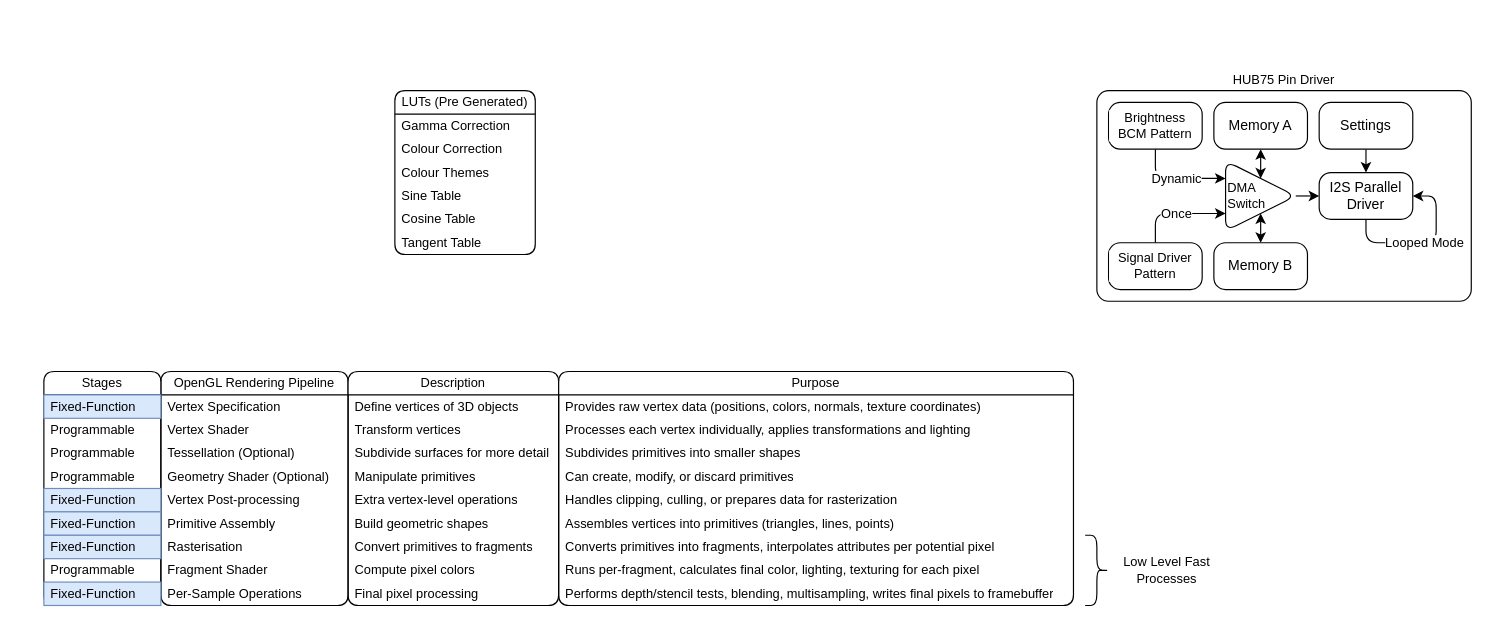
Earlier version of the draw.io diagram page "Standard Pipeline" (1 of 5) of Documentation/Graphics Pipeline.drawio (XCR1793/ARCOS). Source tidied: cells renumbered, new cells numbered last; positions are measured from the earlier drawing's top-left corner, leaving out a move shared by most shapes. Both pictures are drawn from the tidied source at 117%, with x=0, y=0 at pixel (43, 90).
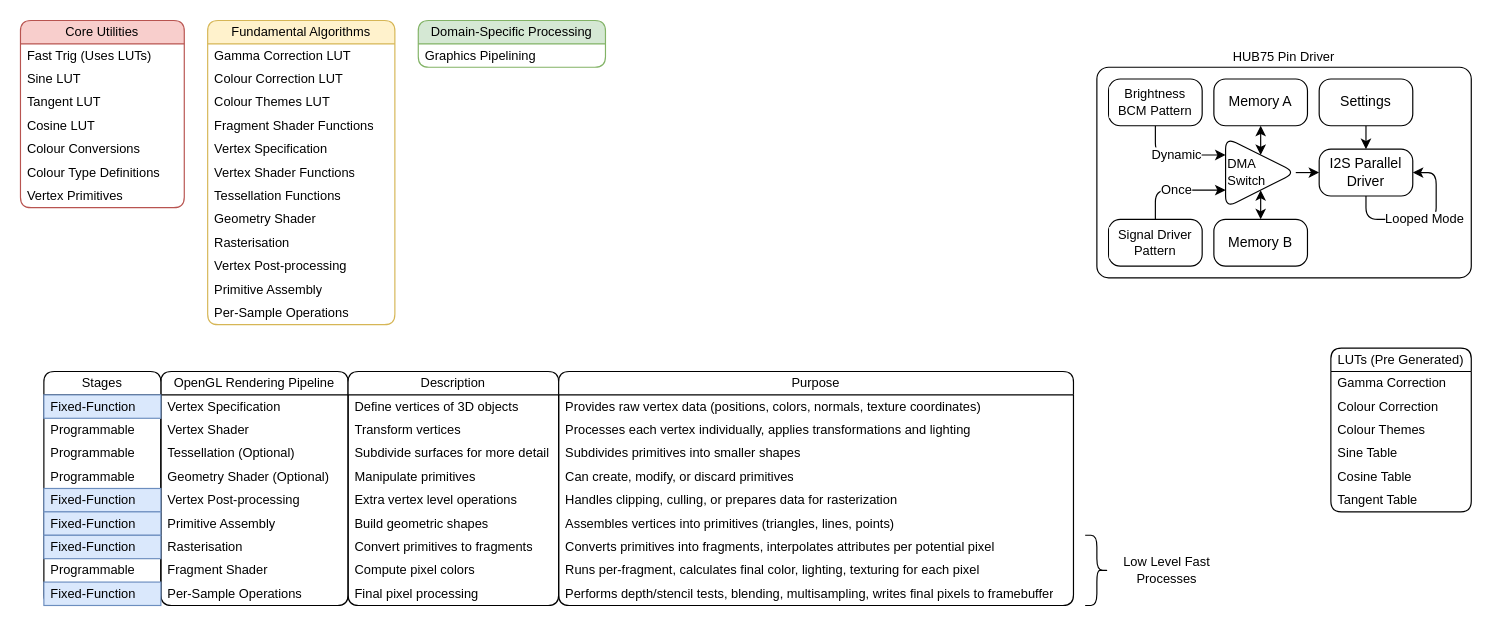
The same diagram, later.

Commit message:
Added Graphics pipeline to library layers

Unchanged cells that the change refers to:
```xml
<mxCell id="34" value="Description" style="swimlane;fontStyle=0;horizontal=1;startSize=20;whiteSpace=wrap;html=1;rounded=1;fontFamily=Helvetica;fontSize=11;fontColor=default;labelBackgroundColor=default;" parent="1" vertex="1">
  <mxGeometry x="260" y="240" width="180" height="200" as="geometry" />
</mxCell>
```

The edit, as a diff of the source:
```diff
@@
     <mxCell id="2" value="HUB75 Pin Driver" style="rounded=1;whiteSpace=wrap;html=1;fontFamily=Helvetica;fontSize=11;fontColor=default;labelBackgroundColor=default;absoluteArcSize=1;labelPosition=center;verticalLabelPosition=top;align=center;verticalAlign=bottom;" parent="1" vertex="1">
-      <mxGeometry x="900" width="320" height="180" as="geometry" />
+      <mxGeometry x="900" y="-20" width="320" height="180" as="geometry" />
     </mxCell>
@@
     <mxCell id="17" value="LUTs (Pre Generated)" style="swimlane;fontStyle=0;horizontal=1;startSize=20;whiteSpace=wrap;html=1;rounded=1;fontFamily=Helvetica;fontSize=11;fontColor=default;labelBackgroundColor=default;" parent="1" vertex="1">
-      <mxGeometry x="300" width="120" height="140" as="geometry" />
+      <mxGeometry x="1100" y="220" width="120" height="140" as="geometry" />
     </mxCell>
@@
-    <mxCell id="39" value="&lt;span style=&quot;text-align: center;&quot;&gt;Extra vertex-level operations&lt;/span&gt;" style="text;strokeColor=none;fillColor=none;align=left;verticalAlign=middle;spacingLeft=4;spacingRight=4;overflow=hidden;whiteSpace=wrap;html=1;fontFamily=Helvetica;fontSize=11;fontColor=default;labelBackgroundColor=default;" parent="34" vertex="1">
+    <mxCell id="39" value="&lt;span style=&quot;text-align: center;&quot;&gt;Extra vertex level operations&lt;/span&gt;" style="text;strokeColor=none;fillColor=none;align=left;verticalAlign=middle;spacingLeft=4;spacingRight=4;overflow=hidden;whiteSpace=wrap;html=1;fontFamily=Helvetica;fontSize=11;fontColor=default;labelBackgroundColor=default;" parent="34" vertex="1">
       <mxGeometry y="100" width="180" height="20" as="geometry" />
     </mxCell>
@@
+    <mxCell id="66" value="Core Utilities" style="swimlane;fontStyle=0;horizontal=1;startSize=20;whiteSpace=wrap;html=1;rounded=1;fillColor=#f8cecc;strokeColor=#b85450;fontSize=11;" parent="1" vertex="1">
+      <mxGeometry x="-20" y="-60" width="140" height="160" as="geometry" />
+    </mxCell>
+    <mxCell id="67" value="Fast Trig (Uses LUTs)" style="text;strokeColor=none;fillColor=none;align=left;verticalAlign=middle;spacingLeft=4;spacingRight=4;overflow=hidden;whiteSpace=wrap;html=1;fontFamily=Helvetica;fontSize=11;fontColor=default;labelBackgroundColor=default;" parent="66" vertex="1">
+      <mxGeometry y="20" width="140" height="20" as="geometry" />
+    </mxCell>
+    <mxCell id="68" value="Sine LUT" style="text;strokeColor=none;fillColor=none;align=left;verticalAlign=middle;spacingLeft=4;spacingRight=4;overflow=hidden;whiteSpace=wrap;html=1;fontFamily=Helvetica;fontSize=11;fontColor=default;labelBackgroundColor=default;" parent="66" vertex="1">
+      <mxGeometry y="40" width="140" height="20" as="geometry" />
+    </mxCell>
+    <mxCell id="69" value="Tangent LUT" style="text;strokeColor=none;fillColor=none;align=left;verticalAlign=middle;spacingLeft=4;spacingRight=4;overflow=hidden;whiteSpace=wrap;html=1;fontFamily=Helvetica;fontSize=11;fontColor=default;labelBackgroundColor=default;" parent="66" vertex="1">
+      <mxGeometry y="60" width="140" height="20" as="geometry" />
+    </mxCell>
+    <mxCell id="70" value="Cosine LUT" style="text;strokeColor=none;fillColor=none;align=left;verticalAlign=middle;spacingLeft=4;spacingRight=4;overflow=hidden;whiteSpace=wrap;html=1;fontFamily=Helvetica;fontSize=11;fontColor=default;labelBackgroundColor=default;" parent="66" vertex="1">
+      <mxGeometry y="80" width="140" height="20" as="geometry" />
+    </mxCell>
+    <mxCell id="71" value="Colour Conversions" style="text;strokeColor=none;fillColor=none;align=left;verticalAlign=middle;spacingLeft=4;spacingRight=4;overflow=hidden;whiteSpace=wrap;html=1;fontFamily=Helvetica;fontSize=11;fontColor=default;labelBackgroundColor=default;" parent="66" vertex="1">
+      <mxGeometry y="100" width="140" height="20" as="geometry" />
+    </mxCell>
+    <mxCell id="72" value="Colour Type Definitions" style="text;strokeColor=none;fillColor=none;align=left;verticalAlign=middle;spacingLeft=4;spacingRight=4;overflow=hidden;whiteSpace=wrap;html=1;fontFamily=Helvetica;fontSize=11;fontColor=default;labelBackgroundColor=default;" parent="66" vertex="1">
+      <mxGeometry y="120" width="140" height="20" as="geometry" />
+    </mxCell>
+    <mxCell id="73" value="Vertex Primitives" style="text;strokeColor=none;fillColor=none;align=left;verticalAlign=middle;spacingLeft=4;spacingRight=4;overflow=hidden;whiteSpace=wrap;html=1;fontFamily=Helvetica;fontSize=11;fontColor=default;labelBackgroundColor=default;" parent="66" vertex="1">
+      <mxGeometry y="140" width="140" height="20" as="geometry" />
+    </mxCell>
+    <mxCell id="74" value="Fundamental Algorithms" style="swimlane;fontStyle=0;horizontal=1;startSize=20;whiteSpace=wrap;html=1;rounded=1;fillColor=#fff2cc;strokeColor=#d6b656;fontSize=11;" parent="1" vertex="1">
+      <mxGeometry x="140" y="-60" width="160" height="260" as="geometry" />
+    </mxCell>
+    <mxCell id="75" value="Gamma Correction LUT" style="text;strokeColor=none;fillColor=none;align=left;verticalAlign=middle;spacingLeft=4;spacingRight=4;overflow=hidden;whiteSpace=wrap;html=1;fontFamily=Helvetica;fontSize=11;fontColor=default;labelBackgroundColor=default;" parent="74" vertex="1">
+      <mxGeometry y="20" width="160" height="20" as="geometry" />
+    </mxCell>
+    <mxCell id="76" value="Colour Correction LUT" style="text;strokeColor=none;fillColor=none;align=left;verticalAlign=middle;spacingLeft=4;spacingRight=4;overflow=hidden;whiteSpace=wrap;html=1;fontFamily=Helvetica;fontSize=11;fontColor=default;labelBackgroundColor=default;" parent="74" vertex="1">
+      <mxGeometry y="40" width="160" height="20" as="geometry" />
+    </mxCell>
+    <mxCell id="77" value="Colour Themes LUT" style="text;strokeColor=none;fillColor=none;align=left;verticalAlign=middle;spacingLeft=4;spacingRight=4;overflow=hidden;whiteSpace=wrap;html=1;fontFamily=Helvetica;fontSize=11;fontColor=default;labelBackgroundColor=default;" parent="74" vertex="1">
+      <mxGeometry y="60" width="160" height="20" as="geometry" />
+    </mxCell>
+    <mxCell id="78" value="Fragment Shader Functions" style="text;strokeColor=none;fillColor=none;align=left;verticalAlign=middle;spacingLeft=4;spacingRight=4;overflow=hidden;whiteSpace=wrap;html=1;fontFamily=Helvetica;fontSize=11;fontColor=default;labelBackgroundColor=default;" parent="74" vertex="1">
+      <mxGeometry y="80" width="160" height="20" as="geometry" />
+    </mxCell>
+    <mxCell id="79" value="Vertex Specification" style="text;strokeColor=none;fillColor=none;align=left;verticalAlign=middle;spacingLeft=4;spacingRight=4;overflow=hidden;whiteSpace=wrap;html=1;fontFamily=Helvetica;fontSize=11;fontColor=default;labelBackgroundColor=default;" parent="74" vertex="1">
+      <mxGeometry y="100" width="160" height="20" as="geometry" />
+    </mxCell>
+    <mxCell id="80" value="Vertex Shader Functions" style="text;strokeColor=none;fillColor=none;align=left;verticalAlign=middle;spacingLeft=4;spacingRight=4;overflow=hidden;whiteSpace=wrap;html=1;fontFamily=Helvetica;fontSize=11;fontColor=default;labelBackgroundColor=default;" parent="74" vertex="1">
+      <mxGeometry y="120" width="160" height="20" as="geometry" />
+    </mxCell>
+    <mxCell id="81" value="Tessellation Functions" style="text;strokeColor=none;fillColor=none;align=left;verticalAlign=middle;spacingLeft=4;spacingRight=4;overflow=hidden;whiteSpace=wrap;html=1;fontFamily=Helvetica;fontSize=11;fontColor=default;labelBackgroundColor=default;" parent="74" vertex="1">
+      <mxGeometry y="140" width="160" height="20" as="geometry" />
+    </mxCell>
+    <mxCell id="82" value="Geometry Shader" style="text;strokeColor=none;fillColor=none;align=left;verticalAlign=middle;spacingLeft=4;spacingRight=4;overflow=hidden;whiteSpace=wrap;html=1;fontFamily=Helvetica;fontSize=11;fontColor=default;labelBackgroundColor=default;" parent="74" vertex="1">
+      <mxGeometry y="160" width="160" height="20" as="geometry" />
+    </mxCell>
+    <mxCell id="83" value="Rasterisation" style="text;strokeColor=none;fillColor=none;align=left;verticalAlign=middle;spacingLeft=4;spacingRight=4;overflow=hidden;whiteSpace=wrap;html=1;fontFamily=Helvetica;fontSize=11;fontColor=default;labelBackgroundColor=default;" parent="74" vertex="1">
+      <mxGeometry y="180" width="160" height="20" as="geometry" />
+    </mxCell>
+    <mxCell id="84" value="Vertex Post-processing" style="text;strokeColor=none;fillColor=none;align=left;verticalAlign=middle;spacingLeft=4;spacingRight=4;overflow=hidden;whiteSpace=wrap;html=1;fontFamily=Helvetica;fontSize=11;fontColor=default;labelBackgroundColor=default;" parent="74" vertex="1">
+      <mxGeometry y="200" width="160" height="20" as="geometry" />
+    </mxCell>
+    <mxCell id="85" value="Primitive Assembly" style="text;strokeColor=none;fillColor=none;align=left;verticalAlign=middle;spacingLeft=4;spacingRight=4;overflow=hidden;whiteSpace=wrap;html=1;fontFamily=Helvetica;fontSize=11;fontColor=default;labelBackgroundColor=default;" parent="74" vertex="1">
+      <mxGeometry y="220" width="160" height="20" as="geometry" />
+    </mxCell>
+    <mxCell id="86" value="Per-Sample Operations" style="text;strokeColor=none;fillColor=none;align=left;verticalAlign=middle;spacingLeft=4;spacingRight=4;overflow=hidden;whiteSpace=wrap;html=1;fontFamily=Helvetica;fontSize=11;fontColor=default;labelBackgroundColor=default;" parent="74" vertex="1">
+      <mxGeometry y="240" width="160" height="20" as="geometry" />
+    </mxCell>
+    <mxCell id="87" value="Domain-Specific Processing" style="swimlane;fontStyle=0;horizontal=1;startSize=20;whiteSpace=wrap;html=1;rounded=1;fillColor=#d5e8d4;strokeColor=#82b366;fontSize=11;" parent="1" vertex="1">
+      <mxGeometry x="320" y="-60" width="160" height="40" as="geometry" />
+    </mxCell>
+    <mxCell id="88" value="Graphics Pipelining" style="text;strokeColor=none;fillColor=none;align=left;verticalAlign=middle;spacingLeft=4;spacingRight=4;overflow=hidden;whiteSpace=wrap;html=1;fontFamily=Helvetica;fontSize=11;fontColor=default;labelBackgroundColor=default;" parent="87" vertex="1">
+      <mxGeometry y="20" width="160" height="20" as="geometry" />
+    </mxCell>
```
